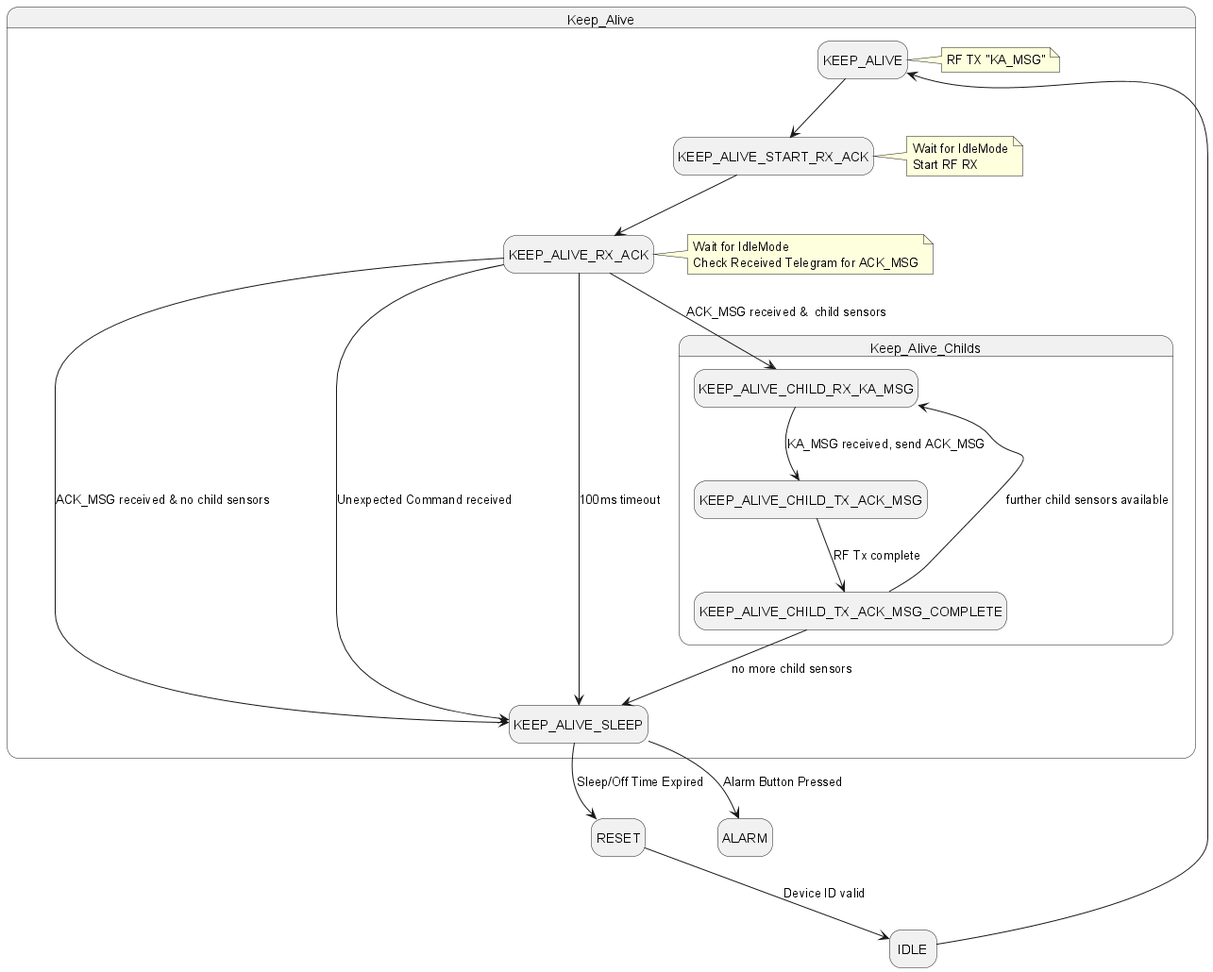
Before: apps/sensor/images/sensor_keep_alive_states.png, a diagram exported from PlantUML (MicrochipTech/ATA8510_RF_Alarm_System).
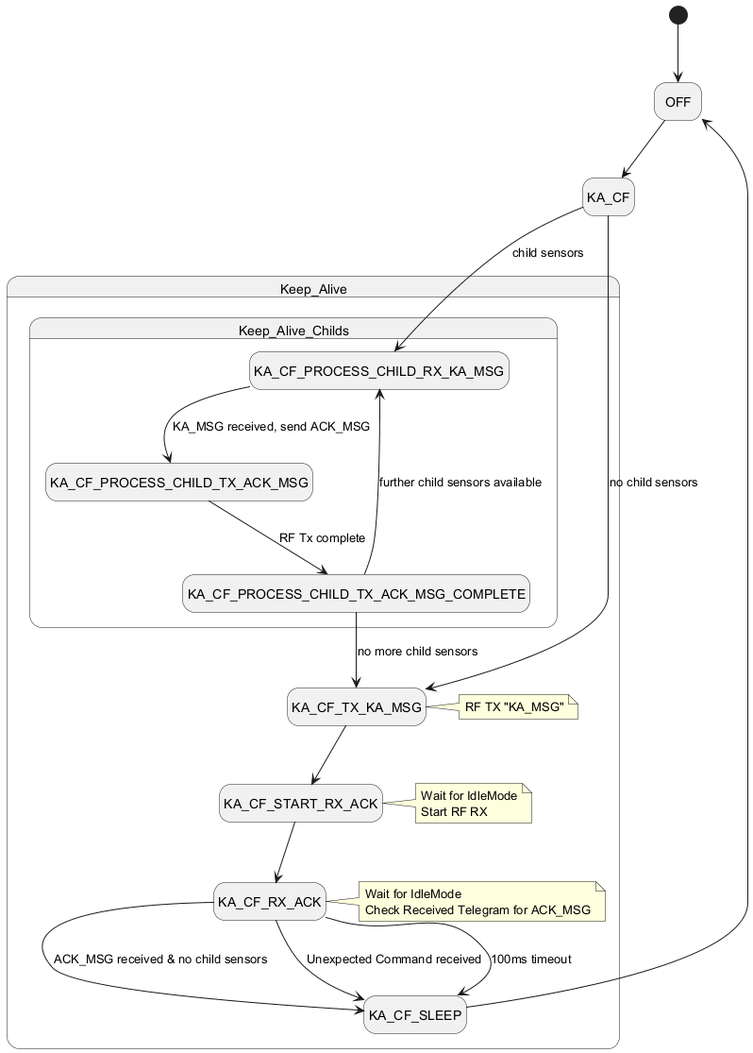
Later version of the same file.

Diff of the diagram source:
```diff
@@ -1,48 +1,48 @@
 @startuml sensor_keep_alive_states
 hide empty description
-state "RESET" as STATE_RESET
-state "IDLE" as STATE_IDLE
+state "OFF" as STATE_OFF
+state "KA_CF" as STATE_KA_CF
 state Keep_Alive {
-    state "KEEP_ALIVE" as STATE_KEEP_ALIVE
-    note right of STATE_KEEP_ALIVE
+    state Keep_Alive_Childs {
+        state "KA_CF_PROCESS_CHILD_RX_KA_MSG" as STATE_KA_CF_PROCESS_CHILD_RX_KA_MSG
+        state "KA_CF_PROCESS_CHILD_TX_ACK_MSG" as STATE_KA_CF_PROCESS_CHILD_TX_ACK_MSG
+        state "KA_CF_PROCESS_CHILD_TX_ACK_MSG_COMPLETE" as STATE_KA_CF_PROCESS_CHILD_TX_ACK_MSG_COMPLETE
+    }
+    state "KA_CF_TX_KA_MSG" as STATE_KA_CF_TX_KA_MSG
+    note right of STATE_KA_CF_TX_KA_MSG
         RF TX "KA_MSG"
     end note
 
-    state "KEEP_ALIVE_START_RX_ACK" as STATE_KEEP_ALIVE_START_RX_ACK
-    note right of STATE_KEEP_ALIVE_START_RX_ACK
+    state "KA_CF_START_RX_ACK" as STATE_KA_CF_START_RX_ACK
+    note right of STATE_KA_CF_START_RX_ACK
         Wait for IdleMode
         Start RF RX
     end note
 
-    state "KEEP_ALIVE_RX_ACK" as STATE_KEEP_ALIVE_RX_ACK
-    note right of STATE_KEEP_ALIVE_RX_ACK
+    state "KA_CF_RX_ACK" as STATE_KA_CF_RX_ACK
+    note right of STATE_KA_CF_RX_ACK
         Wait for IdleMode
         Check Received Telegram for ACK_MSG
     end note
 
-    state "KEEP_ALIVE_SLEEP" as STATE_KEEP_ALIVE_SLEEP
+    state "KA_CF_SLEEP" as STATE_KA_CF_SLEEP
+}
 
-    state Keep_Alive_Childs {
-        state "KEEP_ALIVE_CHILD_RX_KA_MSG" as STATE_KEEP_ALIVE_CHILD_RX_KA_MSG
-        state "KEEP_ALIVE_CHILD_TX_ACK_MSG" as STATE_KEEP_ALIVE_CHILD_TX_ACK_MSG
-        state "KEEP_ALIVE_CHILD_TX_ACK_MSG_COMPLETE" as STATE_KEEP_ALIVE_CHILD_TX_ACK_MSG_COMPLETE
-    }
-}
-state "ALARM" as STATE_ALARM
+[*] -down-> STATE_OFF
+STATE_OFF --> STATE_KA_CF
+STATE_KA_CF --> STATE_KA_CF_TX_KA_MSG : no child sensors
+STATE_KA_CF --> STATE_KA_CF_PROCESS_CHILD_RX_KA_MSG : child sensors
+STATE_KA_CF_PROCESS_CHILD_RX_KA_MSG --> STATE_KA_CF_PROCESS_CHILD_TX_ACK_MSG : KA_MSG received, send ACK_MSG
+STATE_KA_CF_PROCESS_CHILD_TX_ACK_MSG --> STATE_KA_CF_PROCESS_CHILD_TX_ACK_MSG_COMPLETE : RF Tx complete
+STATE_KA_CF_PROCESS_CHILD_TX_ACK_MSG_COMPLETE --> STATE_KA_CF_PROCESS_CHILD_RX_KA_MSG : further child sensors available
+STATE_KA_CF_PROCESS_CHILD_TX_ACK_MSG_COMPLETE --> STATE_KA_CF_TX_KA_MSG : no more child sensors
 
-STATE_RESET-->STATE_IDLE    : Device ID valid
-STATE_IDLE --> STATE_KEEP_ALIVE
-STATE_KEEP_ALIVE --> STATE_KEEP_ALIVE_START_RX_ACK
-STATE_KEEP_ALIVE_START_RX_ACK --> STATE_KEEP_ALIVE_RX_ACK
-STATE_KEEP_ALIVE_RX_ACK--> STATE_KEEP_ALIVE_SLEEP : ACK_MSG received & no child sensors
-STATE_KEEP_ALIVE_RX_ACK--> STATE_KEEP_ALIVE_SLEEP : Unexpected Command received
-STATE_KEEP_ALIVE_RX_ACK--> STATE_KEEP_ALIVE_SLEEP : 100ms timeout
-STATE_KEEP_ALIVE_SLEEP --> STATE_ALARM : Alarm Button Pressed
-STATE_KEEP_ALIVE_SLEEP --> STATE_RESET  : Sleep/Off Time Expired
+STATE_KA_CF_TX_KA_MSG --> STATE_KA_CF_START_RX_ACK
+STATE_KA_CF_START_RX_ACK --> STATE_KA_CF_RX_ACK
+STATE_KA_CF_RX_ACK--> STATE_KA_CF_SLEEP : ACK_MSG received & no child sensors
+STATE_KA_CF_RX_ACK--> STATE_KA_CF_SLEEP : Unexpected Command received
+STATE_KA_CF_RX_ACK--> STATE_KA_CF_SLEEP : 100ms timeout
+STATE_KA_CF_SLEEP -up-> STATE_OFF
 
-STATE_KEEP_ALIVE_RX_ACK--> STATE_KEEP_ALIVE_CHILD_RX_KA_MSG : ACK_MSG received &  child sensors
-STATE_KEEP_ALIVE_CHILD_RX_KA_MSG --> STATE_KEEP_ALIVE_CHILD_TX_ACK_MSG : KA_MSG received, send ACK_MSG
-STATE_KEEP_ALIVE_CHILD_TX_ACK_MSG --> STATE_KEEP_ALIVE_CHILD_TX_ACK_MSG_COMPLETE : RF Tx complete
-STATE_KEEP_ALIVE_CHILD_TX_ACK_MSG_COMPLETE --> STATE_KEEP_ALIVE_CHILD_RX_KA_MSG : further child sensors available
-STATE_KEEP_ALIVE_CHILD_TX_ACK_MSG_COMPLETE --> STATE_KEEP_ALIVE_SLEEP : no more child sensors
+
 @enduml
```
